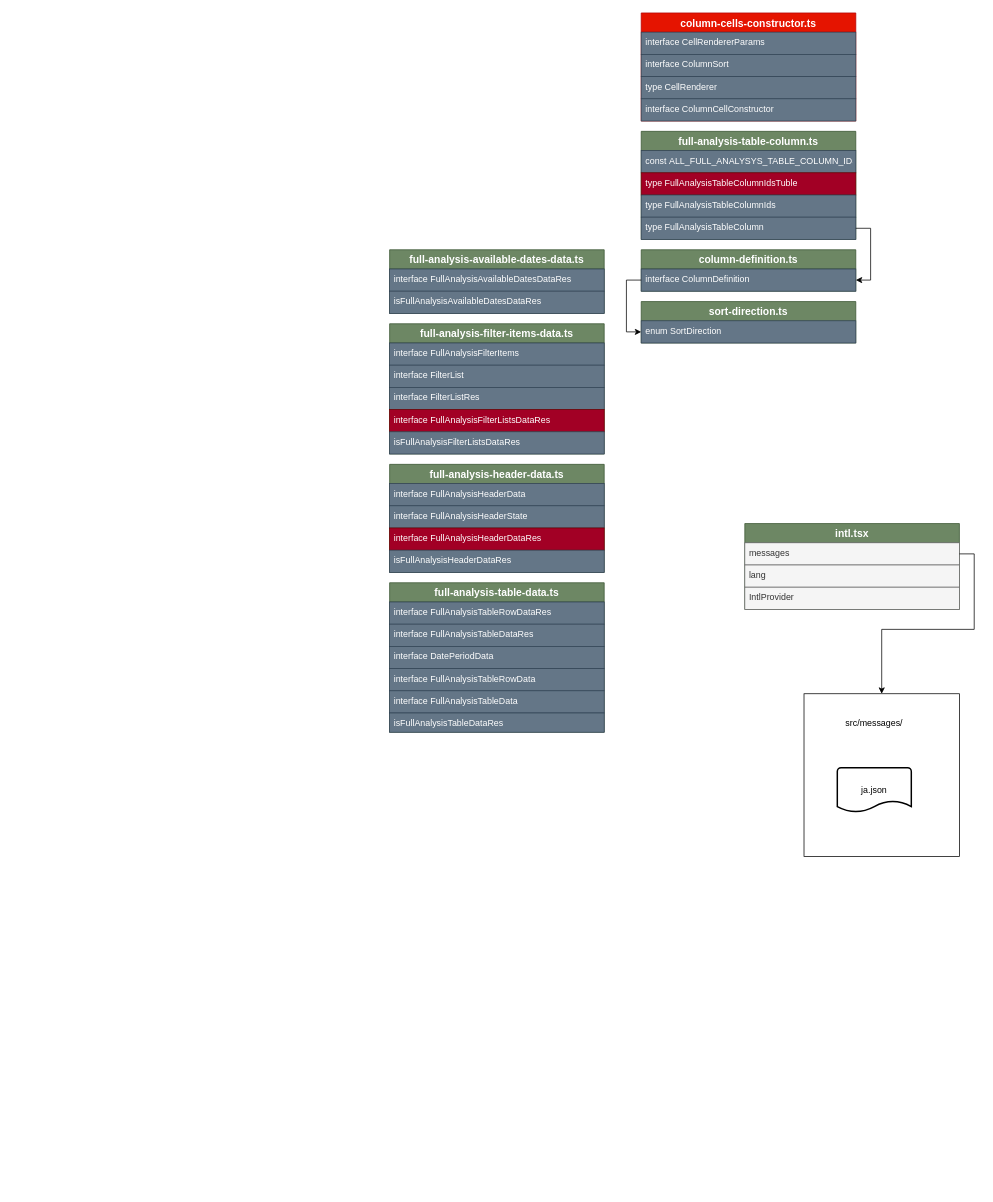
Above: extend_maplabo.drawio in prangk/cat (draw.io), before the change. Source tidied: cells renumbered, new cells numbered last; positions are measured from the earlier drawing's top-left corner, leaving out a move shared by most shapes. Both pictures are drawn from the tidied source at 74%, with x=0, y=0 at pixel (389, 13).
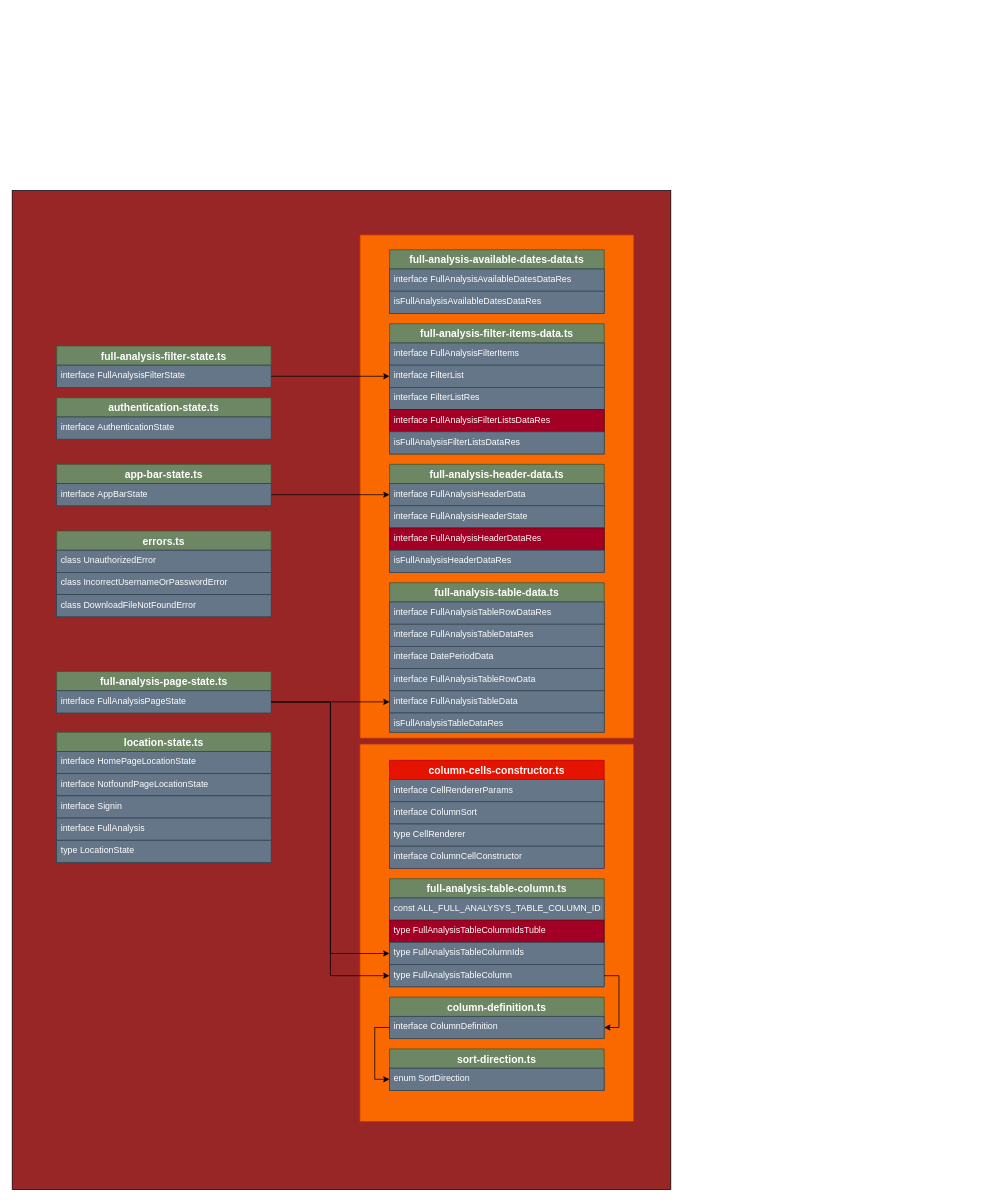
After the change.

The change refers to these unchanged cells:
```xml
<mxCell id="16" value="interface FilterList" style="text;strokeColor=#314354;fillColor=#647687;spacingLeft=4;spacingRight=4;overflow=hidden;points=[[0,0.5],[1,0.5]];portConstraint=eastwest;fontSize=12;fontColor=#ffffff;" parent="14" vertex="1">
  <mxGeometry y="56" width="290" height="30" as="geometry" />
</mxCell>
<mxCell id="25" value="interface FullAnalysisTableData" style="text;strokeColor=#314354;fillColor=#647687;spacingLeft=4;spacingRight=4;overflow=hidden;points=[[0,0.5],[1,0.5]];portConstraint=eastwest;fontSize=12;fontColor=#ffffff;" parent="20" vertex="1">
  <mxGeometry y="146" width="290" height="30" as="geometry" />
</mxCell>
<mxCell id="28" value="interface FullAnalysisHeaderData" style="text;strokeColor=#314354;fillColor=#647687;spacingLeft=4;spacingRight=4;overflow=hidden;points=[[0,0.5],[1,0.5]];portConstraint=eastwest;fontSize=12;fontColor=#ffffff;" parent="27" vertex="1">
  <mxGeometry y="26" width="290" height="30" as="geometry" />
</mxCell>
<mxCell id="37" value="type FullAnalysisTableColumnIds" style="text;strokeColor=#314354;fillColor=#647687;spacingLeft=4;spacingRight=4;overflow=hidden;points=[[0,0.5],[1,0.5]];portConstraint=eastwest;fontSize=12;fontColor=#ffffff;" parent="34" vertex="1">
  <mxGeometry y="86" width="290" height="30" as="geometry" />
</mxCell>
<mxCell id="38" value="type FullAnalysisTableColumn" style="text;strokeColor=#314354;fillColor=#647687;spacingLeft=4;spacingRight=4;overflow=hidden;points=[[0,0.5],[1,0.5]];portConstraint=eastwest;fontSize=12;fontColor=#ffffff;" parent="34" vertex="1">
  <mxGeometry y="116" width="290" height="30" as="geometry" />
</mxCell>
```

The edit, as a diff of the source:
```diff
@@
-    <mxCell id="2" value="intl.tsx" style="swimlane;fontStyle=1;horizontal=1;startSize=26;align=center;fontSize=14;fillColor=#6d8764;strokeColor=#3A5431;fontColor=#ffffff;" parent="1" vertex="1">
-      <mxGeometry x="480" y="690" width="290" height="116" as="geometry" />
-    </mxCell>
-    <mxCell id="3" value="messages" style="text;strokeColor=#666666;fillColor=#f5f5f5;spacingLeft=4;spacingRight=4;overflow=hidden;points=[[0,0.5],[1,0.5]];portConstraint=eastwest;fontSize=12;fontColor=#333333;" parent="2" vertex="1">
-      <mxGeometry y="26" width="290" height="30" as="geometry" />
-    </mxCell>
-    <mxCell id="4" value="lang" style="text;strokeColor=#666666;fillColor=#f5f5f5;spacingLeft=4;spacingRight=4;overflow=hidden;fontSize=12;fontColor=#333333;" parent="2" vertex="1">
-      <mxGeometry y="56" width="290" height="30" as="geometry" />
-    </mxCell>
-    <mxCell id="5" value="IntlProvider" style="text;strokeColor=#666666;fillColor=#f5f5f5;spacingLeft=4;spacingRight=4;overflow=hidden;fontSize=12;fontColor=#333333;" parent="2" vertex="1">
-      <mxGeometry y="86" width="290" height="30" as="geometry" />
-    </mxCell>
-    <mxCell id="6" style="group;" parent="1" vertex="1">
-      <mxGeometry x="560" y="920" width="210" height="220" as="geometry" />
-    </mxCell>
-    <mxCell id="7" style="rounded=0;whiteSpace=wrap;html=1;align=left;" parent="6" vertex="1">
-      <mxGeometry width="210" height="220" as="geometry" />
-    </mxCell>
-    <mxCell id="8" value="ja.json" style="strokeWidth=2;html=1;shape=mxgraph.flowchart.document2;whiteSpace=wrap;size=0.25;" parent="6" vertex="1">
-      <mxGeometry x="45" y="100" width="100" height="60" as="geometry" />
-    </mxCell>
-    <mxCell id="9" value="src/messages/" style="text;html=1;strokeColor=none;fillColor=none;align=center;verticalAlign=middle;whiteSpace=wrap;rounded=0;" parent="6" vertex="1">
-      <mxGeometry x="75" y="30" width="40" height="20" as="geometry" />
-    </mxCell>
-    <mxCell id="10" style="edgeStyle=orthogonalEdgeStyle;rounded=0;jettySize=auto;html=1;" parent="1" edge="1" source="3" target="7">
-      <mxGeometry relative="1" as="geometry" />
-    </mxCell>
+    <mxCell id="48" style="rounded=0;whiteSpace=wrap;html=1;fillColor=#992626;" parent="1" vertex="1">
+      <mxGeometry x="-510" y="240" width="890" height="1350" as="geometry" />
+    </mxCell>
+    <mxCell id="49" style="rounded=0;whiteSpace=wrap;html=1;fillColor=#fa6800;strokeColor=#C73500;fontColor=#000000;" parent="1" vertex="1">
+      <mxGeometry x="-40" y="300" width="370" height="680" as="geometry" />
+    </mxCell>
+    <mxCell id="50" style="rounded=0;whiteSpace=wrap;html=1;fillColor=#fa6800;strokeColor=#C73500;fontColor=#000000;" parent="1" vertex="1">
+      <mxGeometry x="-40.1" y="988" width="370" height="510" as="geometry" />
+    </mxCell>
@@
     <mxCell id="32" value="column-definition.ts" style="swimlane;fontStyle=1;horizontal=1;startSize=26;align=center;fontSize=14;fillColor=#6d8764;strokeColor=#3A5431;fontColor=#ffffff;" parent="1" vertex="1">
-      <mxGeometry x="340" y="320" width="290" height="56" as="geometry" />
+      <mxGeometry x="-0.1" y="1330" width="290" height="56" as="geometry" />
     </mxCell>
@@
     <mxCell id="34" value="full-analysis-table-column.ts" style="swimlane;fontStyle=1;horizontal=1;startSize=26;align=center;fontSize=14;fillColor=#6d8764;strokeColor=#3A5431;fontColor=#ffffff;" parent="1" vertex="1">
-      <mxGeometry x="340" y="160" width="290" height="146" as="geometry" />
+      <mxGeometry x="-0.1" y="1170" width="290" height="146" as="geometry" />
     </mxCell>
@@
     <mxCell id="39" value="sort-direction.ts" style="swimlane;fontStyle=1;horizontal=1;startSize=26;align=center;fontSize=14;fillColor=#6d8764;strokeColor=#3A5431;fontColor=#ffffff;" parent="1" vertex="1">
-      <mxGeometry x="340" y="390" width="290" height="56" as="geometry" />
+      <mxGeometry x="-0.1" y="1400" width="290" height="56" as="geometry" />
     </mxCell>
@@
     <mxCell id="41" value="column-cells-constructor.ts" style="swimlane;fontStyle=1;horizontal=1;startSize=26;align=center;fontSize=14;fillColor=#e51400;strokeColor=#B20000;fontColor=#ffffff;" parent="1" vertex="1">
-      <mxGeometry x="340" width="290" height="146" as="geometry" />
+      <mxGeometry x="-0.1" y="1010" width="290" height="146" as="geometry" />
     </mxCell>
@@
+    <mxCell id="51" value="app-bar-state.ts" style="swimlane;fontStyle=1;horizontal=1;startSize=26;align=center;fontSize=14;fillColor=#6d8764;strokeColor=#3A5431;fontColor=#ffffff;" parent="1" vertex="1">
+      <mxGeometry x="-450" y="610" width="290" height="56" as="geometry" />
+    </mxCell>
+    <mxCell id="52" value="interface AppBarState" style="text;strokeColor=#314354;fillColor=#647687;spacingLeft=4;spacingRight=4;overflow=hidden;points=[[0,0.5],[1,0.5]];portConstraint=eastwest;fontSize=12;fontColor=#ffffff;" parent="51" vertex="1">
+      <mxGeometry y="26" width="290" height="30" as="geometry" />
+    </mxCell>
+    <mxCell id="53" value="authentication-state.ts" style="swimlane;fontStyle=1;horizontal=1;startSize=26;align=center;fontSize=14;fillColor=#6d8764;strokeColor=#3A5431;fontColor=#ffffff;" parent="1" vertex="1">
+      <mxGeometry x="-450" y="520" width="290" height="56" as="geometry" />
+    </mxCell>
+    <mxCell id="54" value="interface AuthenticationState" style="text;strokeColor=#314354;fillColor=#647687;spacingLeft=4;spacingRight=4;overflow=hidden;fontSize=12;fontColor=#ffffff;" parent="53" vertex="1">
+      <mxGeometry y="26" width="290" height="30" as="geometry" />
+    </mxCell>
+    <mxCell id="55" value="errors.ts" style="swimlane;fontStyle=1;horizontal=1;startSize=26;align=center;fontSize=14;fillColor=#6d8764;strokeColor=#3A5431;fontColor=#ffffff;" parent="1" vertex="1">
+      <mxGeometry x="-450" y="700" width="290" height="116" as="geometry" />
+    </mxCell>
+    <mxCell id="56" value="class UnauthorizedError" style="text;strokeColor=#314354;fillColor=#647687;spacingLeft=4;spacingRight=4;overflow=hidden;fontSize=12;fontColor=#ffffff;" parent="55" vertex="1">
+      <mxGeometry y="26" width="290" height="30" as="geometry" />
+    </mxCell>
+    <mxCell id="57" value="class IncorrectUsernameOrPasswordError" style="text;strokeColor=#314354;fillColor=#647687;spacingLeft=4;spacingRight=4;overflow=hidden;fontSize=12;fontColor=#ffffff;" parent="55" vertex="1">
+      <mxGeometry y="56" width="290" height="30" as="geometry" />
+    </mxCell>
+    <mxCell id="58" value="class DownloadFileNotFoundError" style="text;strokeColor=#314354;fillColor=#647687;spacingLeft=4;spacingRight=4;overflow=hidden;fontSize=12;fontColor=#ffffff;" parent="55" vertex="1">
+      <mxGeometry y="86" width="290" height="30" as="geometry" />
+    </mxCell>
+    <mxCell id="59" value="full-analysis-filter-state.ts" style="swimlane;fontStyle=1;horizontal=1;startSize=26;align=center;fontSize=14;fillColor=#6d8764;strokeColor=#3A5431;fontColor=#ffffff;" parent="1" vertex="1">
+      <mxGeometry x="-450" y="450" width="290" height="56" as="geometry" />
+    </mxCell>
+    <mxCell id="60" value="interface FullAnalysisFilterState" style="text;strokeColor=#314354;fillColor=#647687;spacingLeft=4;spacingRight=4;overflow=hidden;points=[[0,0.5],[1,0.5]];portConstraint=eastwest;fontSize=12;fontColor=#ffffff;" parent="59" vertex="1">
+      <mxGeometry y="26" width="290" height="30" as="geometry" />
+    </mxCell>
+    <mxCell id="61" value="full-analysis-page-state.ts" style="swimlane;fontStyle=1;horizontal=1;startSize=26;align=center;fontSize=14;fillColor=#6d8764;strokeColor=#3A5431;fontColor=#ffffff;" parent="1" vertex="1">
+      <mxGeometry x="-450" y="890" width="290" height="56" as="geometry" />
+    </mxCell>
+    <mxCell id="62" value="interface FullAnalysisPageState" style="text;strokeColor=#314354;fillColor=#647687;spacingLeft=4;spacingRight=4;overflow=hidden;points=[[0,0.5],[1,0.5]];portConstraint=eastwest;fontSize=12;fontColor=#ffffff;" parent="61" vertex="1">
+      <mxGeometry y="26" width="290" height="30" as="geometry" />
+    </mxCell>
+    <mxCell id="63" value="location-state.ts" style="swimlane;fontStyle=1;horizontal=1;startSize=26;align=center;fontSize=14;fillColor=#6d8764;strokeColor=#3A5431;fontColor=#ffffff;" parent="1" vertex="1">
+      <mxGeometry x="-450" y="972" width="290" height="176" as="geometry" />
+    </mxCell>
+    <mxCell id="64" value="interface HomePageLocationState" style="text;strokeColor=#314354;fillColor=#647687;spacingLeft=4;spacingRight=4;overflow=hidden;fontSize=12;fontColor=#ffffff;" parent="63" vertex="1">
+      <mxGeometry y="26" width="290" height="30" as="geometry" />
+    </mxCell>
+    <mxCell id="65" value="interface NotfoundPageLocationState" style="text;strokeColor=#314354;fillColor=#647687;spacingLeft=4;spacingRight=4;overflow=hidden;fontSize=12;fontColor=#ffffff;" parent="63" vertex="1">
+      <mxGeometry y="56" width="290" height="30" as="geometry" />
+    </mxCell>
+    <mxCell id="66" value="interface Signin" style="text;strokeColor=#314354;fillColor=#647687;spacingLeft=4;spacingRight=4;overflow=hidden;fontSize=12;fontColor=#ffffff;" parent="63" vertex="1">
+      <mxGeometry y="86" width="290" height="30" as="geometry" />
+    </mxCell>
+    <mxCell id="67" value="interface FullAnalysis" style="text;strokeColor=#314354;fillColor=#647687;spacingLeft=4;spacingRight=4;overflow=hidden;fontSize=12;fontColor=#ffffff;" parent="63" vertex="1">
+      <mxGeometry y="116" width="290" height="30" as="geometry" />
+    </mxCell>
+    <mxCell id="68" value="type LocationState" style="text;strokeColor=#314354;fillColor=#647687;spacingLeft=4;spacingRight=4;overflow=hidden;fontSize=12;fontColor=#ffffff;" parent="63" vertex="1">
+      <mxGeometry y="146" width="290" height="30" as="geometry" />
+    </mxCell>
+    <mxCell id="69" style="edgeStyle=orthogonalEdgeStyle;rounded=0;jettySize=auto;html=1;" parent="1" edge="1" source="62" target="25">
+      <mxGeometry relative="1" as="geometry" />
+    </mxCell>
+    <mxCell id="70" style="edgeStyle=orthogonalEdgeStyle;rounded=0;jettySize=auto;html=1;" parent="1" edge="1" source="62" target="38">
+      <mxGeometry relative="1" as="geometry" />
+    </mxCell>
+    <mxCell id="71" style="edgeStyle=orthogonalEdgeStyle;rounded=0;jettySize=auto;html=1;" parent="1" edge="1" source="62" target="37">
+      <mxGeometry relative="1" as="geometry" />
+    </mxCell>
+    <mxCell id="72" style="edgeStyle=orthogonalEdgeStyle;rounded=0;jettySize=auto;html=1;entryX=0;entryY=0.5;entryDx=0;entryDy=0;" parent="1" edge="1" source="60" target="16">
+      <mxGeometry relative="1" as="geometry" />
+    </mxCell>
+    <mxCell id="73" style="edgeStyle=orthogonalEdgeStyle;rounded=0;jettySize=auto;html=1;" parent="1" edge="1" source="52" target="28">
+      <mxGeometry relative="1" as="geometry" />
+    </mxCell>
```
